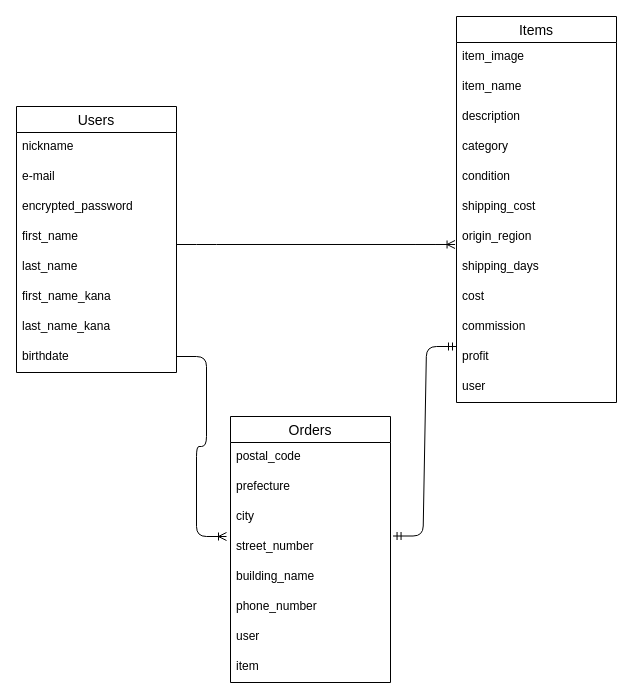
This is furima.dio from amajun0202/furima-39998, a draw.io file, before an edit. Source tidied: cells renumbered, new cells numbered last; positions are measured from the earlier drawing's top-left corner, leaving out a move shared by most shapes. Both pictures are drawn from the tidied source at 100%, with x=0, y=0 at pixel (16, 16).
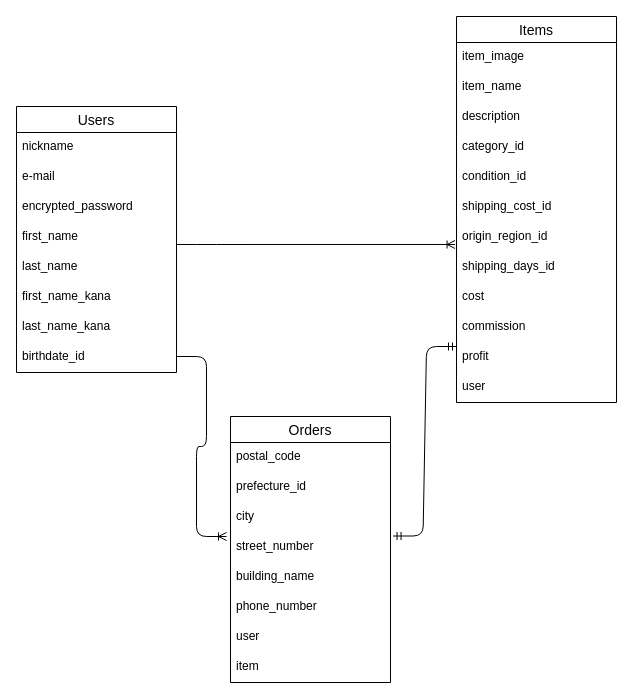
After the change.

Unchanged cells that the change refers to:
```xml
<mxCell id="2" value="Users" style="swimlane;fontStyle=0;horizontal=1;startSize=26;align=center;fontSize=14;" parent="1" vertex="1">
  <mxGeometry y="90" width="160" height="266" as="geometry" />
</mxCell>
<mxCell id="11" value="Items" style="swimlane;fontStyle=0;horizontal=1;startSize=26;align=center;fontSize=14;" parent="1" vertex="1">
  <mxGeometry x="440" width="160" height="386" as="geometry" />
</mxCell>
<mxCell id="24" value="Orders" style="swimlane;fontStyle=0;horizontal=1;startSize=26;align=center;fontSize=14;" parent="1" vertex="1">
  <mxGeometry x="214" y="400" width="160" height="266" as="geometry" />
</mxCell>
```

Diff of the diagram source:
```diff
@@
-    <mxCell id="10" value="birthdate" style="text;strokeColor=none;fillColor=none;spacingLeft=4;spacingRight=4;overflow=hidden;fontSize=12;" parent="2" vertex="1">
+    <mxCell id="10" value="birthdate_id" style="text;strokeColor=none;fillColor=none;spacingLeft=4;spacingRight=4;overflow=hidden;fontSize=12;" parent="2" vertex="1">
       <mxGeometry y="236" width="160" height="30" as="geometry" />
     </mxCell>
@@
-    <mxCell id="15" value="category" style="text;strokeColor=none;fillColor=none;spacingLeft=4;spacingRight=4;overflow=hidden;fontSize=12;" parent="11" vertex="1">
+    <mxCell id="15" value="category_id" style="text;strokeColor=none;fillColor=none;spacingLeft=4;spacingRight=4;overflow=hidden;fontSize=12;" parent="11" vertex="1">
       <mxGeometry y="116" width="160" height="30" as="geometry" />
     </mxCell>
-    <mxCell id="16" value="condition" style="text;strokeColor=none;fillColor=none;spacingLeft=4;spacingRight=4;overflow=hidden;fontSize=12;" parent="11" vertex="1">
+    <mxCell id="16" value="condition_id" style="text;strokeColor=none;fillColor=none;spacingLeft=4;spacingRight=4;overflow=hidden;fontSize=12;" parent="11" vertex="1">
       <mxGeometry y="146" width="160" height="30" as="geometry" />
     </mxCell>
-    <mxCell id="17" value="shipping_cost" style="text;strokeColor=none;fillColor=none;spacingLeft=4;spacingRight=4;overflow=hidden;fontSize=12;" parent="11" vertex="1">
+    <mxCell id="17" value="shipping_cost_id" style="text;strokeColor=none;fillColor=none;spacingLeft=4;spacingRight=4;overflow=hidden;fontSize=12;" parent="11" vertex="1">
       <mxGeometry y="176" width="160" height="30" as="geometry" />
     </mxCell>
-    <mxCell id="18" value="origin_region" style="text;strokeColor=none;fillColor=none;spacingLeft=4;spacingRight=4;overflow=hidden;fontSize=12;" parent="11" vertex="1">
+    <mxCell id="18" value="origin_region_id" style="text;strokeColor=none;fillColor=none;spacingLeft=4;spacingRight=4;overflow=hidden;fontSize=12;" parent="11" vertex="1">
       <mxGeometry y="206" width="160" height="30" as="geometry" />
     </mxCell>
-    <mxCell id="19" value="shipping_days" style="text;strokeColor=none;fillColor=none;spacingLeft=4;spacingRight=4;overflow=hidden;points=[[0,0.5],[1,0.5]];portConstraint=eastwest;fontSize=12;" parent="11" vertex="1">
+    <mxCell id="19" value="shipping_days_id" style="text;strokeColor=none;fillColor=none;spacingLeft=4;spacingRight=4;overflow=hidden;points=[[0,0.5],[1,0.5]];portConstraint=eastwest;fontSize=12;" parent="11" vertex="1">
       <mxGeometry y="236" width="160" height="30" as="geometry" />
     </mxCell>
@@
-    <mxCell id="26" value="prefecture" style="text;strokeColor=none;fillColor=none;spacingLeft=4;spacingRight=4;overflow=hidden;fontSize=12;" parent="24" vertex="1">
+    <mxCell id="26" value="prefecture_id" style="text;strokeColor=none;fillColor=none;spacingLeft=4;spacingRight=4;overflow=hidden;fontSize=12;" parent="24" vertex="1">
       <mxGeometry y="56" width="160" height="30" as="geometry" />
     </mxCell>
```
